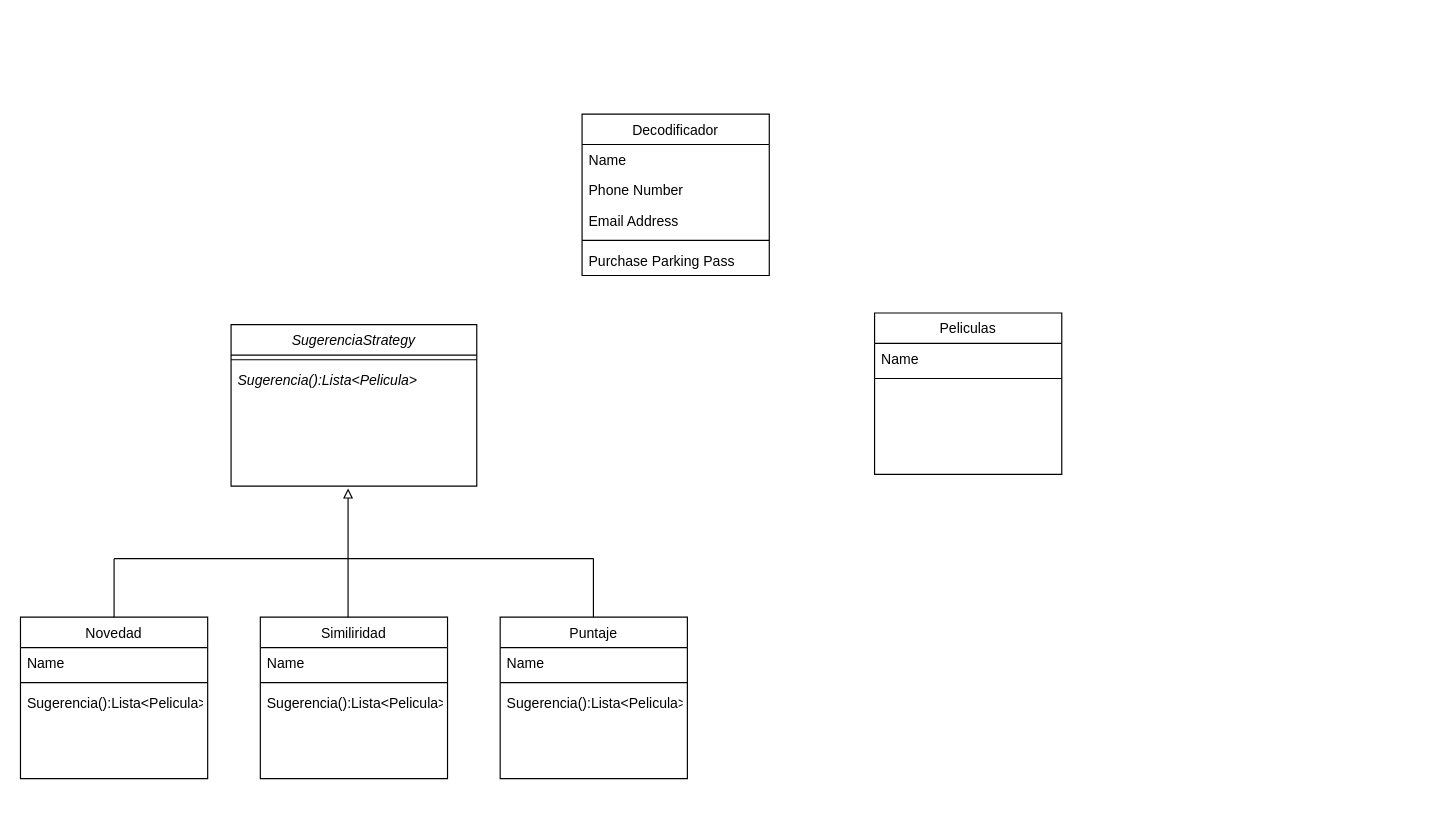
Earlier version of the draw.io diagram p3e4.drawio (santolp/oo2). Source tidied: cells renumbered, new cells numbered last; positions are measured from the earlier drawing's top-left corner, leaving out a move shared by most shapes. Both pictures are drawn from the tidied source at 117%, with x=0, y=0 at pixel (20, 113).
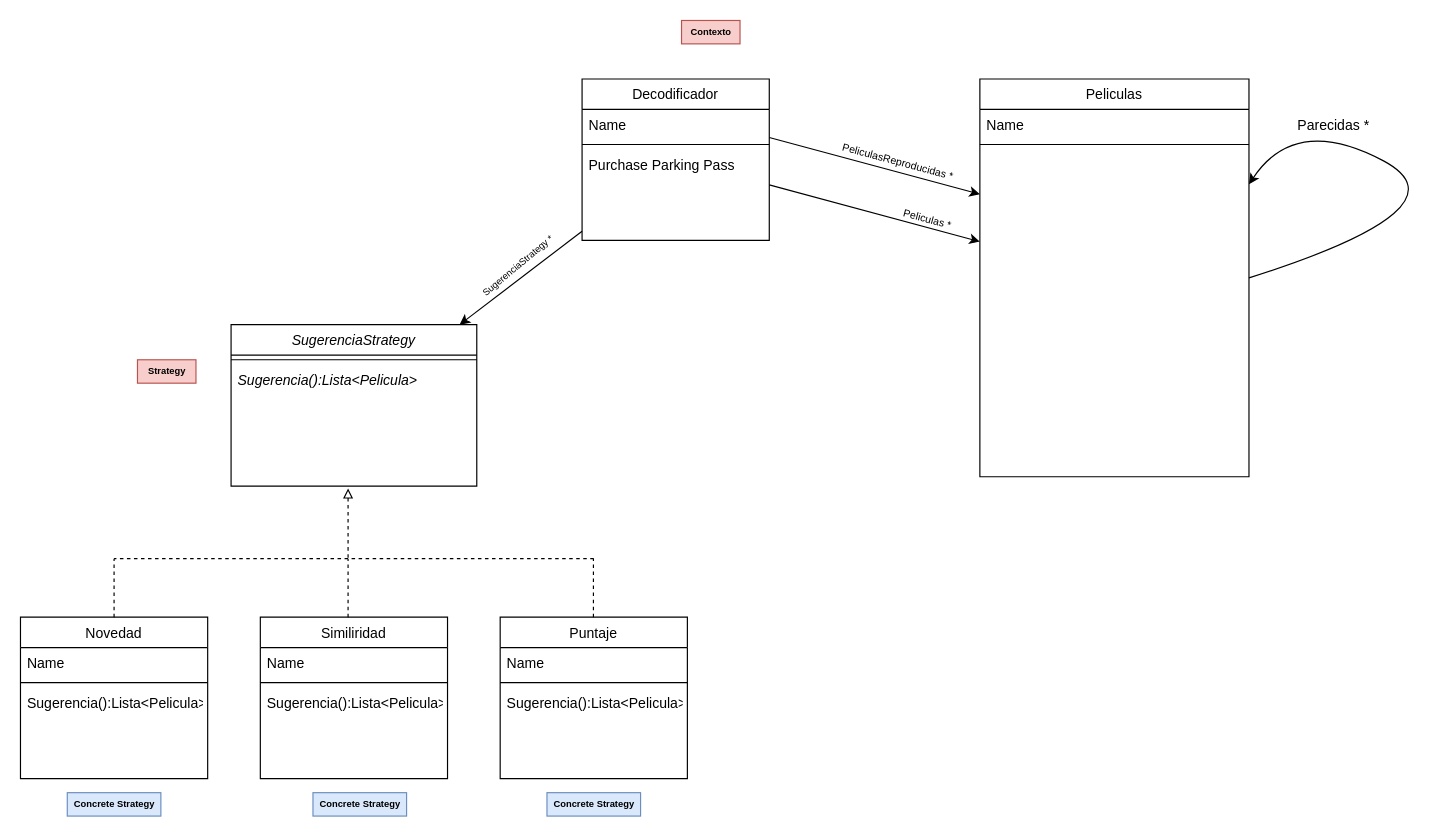
Above is the later version.

The change refers to these unchanged cells:
```xml
<mxCell id="11" value="SugerenciaStrategy" style="swimlane;fontStyle=2;align=center;verticalAlign=top;horizontal=1;startSize=26;rounded=0;shadow=0;strokeWidth=1;" parent="1" vertex="1">
  <mxGeometry x="180" y="180" width="210" height="138" as="geometry" />
</mxCell>
<mxCell id="14" value="Novedad" style="swimlane;fontStyle=0;align=center;verticalAlign=middle;horizontal=1;startSize=26;rounded=0;shadow=0;strokeWidth=1;" parent="1" vertex="1">
  <mxGeometry y="430" width="160" height="138" as="geometry" />
</mxCell>
```

The edit, as a diff of the source:
```diff
@@
     <mxCell id="2" value="Decodificador" style="swimlane;fontStyle=0;align=center;verticalAlign=top;horizontal=1;startSize=26;rounded=0;shadow=0;strokeWidth=1;" parent="1" vertex="1">
-      <mxGeometry x="480" width="160" height="138" as="geometry" />
+      <mxGeometry x="480" y="-30" width="160" height="138" as="geometry" />
     </mxCell>
@@
-    <mxCell id="4" value="Phone Number" style="text;align=left;verticalAlign=top;spacingLeft=4;spacingRight=4;overflow=hidden;rounded=0;shadow=0;html=0;" parent="2" vertex="1">
-      <mxGeometry y="52" width="160" height="26" as="geometry" />
-    </mxCell>
-    <mxCell id="5" value="Email Address" style="text;align=left;verticalAlign=top;spacingLeft=4;spacingRight=4;overflow=hidden;rounded=0;shadow=0;html=0;" parent="2" vertex="1">
-      <mxGeometry y="78" width="160" height="26" as="geometry" />
-    </mxCell>
     <mxCell id="6" style="line;html=1;strokeWidth=1;align=left;verticalAlign=middle;spacingTop=-1;spacingLeft=3;spacingRight=3;labelPosition=right;" parent="2" vertex="1">
-      <mxGeometry y="104" width="160" height="8" as="geometry" />
+      <mxGeometry y="52" width="160" height="8" as="geometry" />
     </mxCell>
     <mxCell id="7" value="Purchase Parking Pass" style="text;align=left;verticalAlign=top;spacingLeft=4;spacingRight=4;overflow=hidden;" parent="2" vertex="1">
-      <mxGeometry y="112" width="160" height="26" as="geometry" />
+      <mxGeometry y="60" width="160" height="26" as="geometry" />
     </mxCell>
     <mxCell id="8" value="Peliculas" style="swimlane;fontStyle=0;align=center;verticalAlign=top;horizontal=1;startSize=26;rounded=0;shadow=0;strokeWidth=1;" parent="1" vertex="1">
-      <mxGeometry x="730" y="170" width="160" height="138" as="geometry" />
+      <mxGeometry x="820" y="-30" width="230" height="340" as="geometry" />
     </mxCell>
     <mxCell id="9" value="Name" style="text;align=left;verticalAlign=top;spacingLeft=4;spacingRight=4;overflow=hidden;" parent="8" vertex="1">
-      <mxGeometry y="26" width="160" height="26" as="geometry" />
+      <mxGeometry y="26" width="230" height="26" as="geometry" />
     </mxCell>
     <mxCell id="10" style="line;html=1;strokeWidth=1;align=left;verticalAlign=middle;spacingTop=-1;spacingLeft=3;spacingRight=3;labelPosition=right;" parent="8" vertex="1">
-      <mxGeometry y="52" width="160" height="8" as="geometry" />
+      <mxGeometry y="52" width="230" height="8" as="geometry" />
     </mxCell>
@@
-    <mxCell id="26" style="endArrow=none;html=1;rounded=0;" parent="1" edge="1" source="14">
+    <mxCell id="26" style="endArrow=none;html=1;rounded=0;dashed=1;" parent="1" edge="1" source="14">
       <mxGeometry relative="1" as="geometry">
         <mxPoint x="80" y="380" as="targetPoint" />
       </mxGeometry>
     </mxCell>
-    <mxCell id="27" style="endArrow=none;html=1;rounded=0;" parent="1" edge="1">
+    <mxCell id="27" style="endArrow=none;html=1;rounded=0;dashed=1;" parent="1" edge="1">
       <mxGeometry relative="1" as="geometry">
         <mxPoint x="280" y="430" as="sourcePoint" />
         <mxPoint x="280" y="380" as="targetPoint" />
       </mxGeometry>
     </mxCell>
-    <mxCell id="28" style="endArrow=none;html=1;rounded=0;" parent="1" edge="1">
+    <mxCell id="28" style="endArrow=none;html=1;rounded=0;dashed=1;" parent="1" edge="1">
       <mxGeometry relative="1" as="geometry">
         <mxPoint x="489.7" y="430" as="sourcePoint" />
         <mxPoint x="489.7" y="380" as="targetPoint" />
       </mxGeometry>
     </mxCell>
-    <mxCell id="29" style="endArrow=none;html=1;rounded=0;" parent="1" edge="1">
+    <mxCell id="29" style="endArrow=none;html=1;rounded=0;dashed=1;" parent="1" edge="1">
       <mxGeometry relative="1" as="geometry">
         <mxPoint x="490" y="380" as="sourcePoint" />
         <mxPoint x="80" y="380" as="targetPoint" />
       </mxGeometry>
     </mxCell>
-    <mxCell id="30" style="endArrow=none;html=1;rounded=0;startArrow=block;startFill=0;" parent="1" edge="1">
+    <mxCell id="30" style="endArrow=none;html=1;rounded=0;startArrow=block;startFill=0;dashed=1;" parent="1" edge="1">
       <mxGeometry relative="1" as="geometry">
         <mxPoint x="280" y="320" as="sourcePoint" />
         <mxPoint x="280" y="380" as="targetPoint" />
       </mxGeometry>
     </mxCell>
+    <mxCell id="31" style="endArrow=none;html=1;rounded=0;startArrow=classic;startFill=1;" parent="1" edge="1" source="11" target="2">
+      <mxGeometry relative="1" as="geometry" />
+    </mxCell>
+    <mxCell id="32" style="endArrow=none;html=1;rounded=0;startArrow=classic;startFill=1;" parent="1" edge="1" source="8" target="2">
+      <mxGeometry relative="1" as="geometry" />
+    </mxCell>
+    <mxCell id="33" style="curved=1;endArrow=classic;html=1;rounded=0;exitX=1;exitY=0.5;exitDx=0;exitDy=0;" parent="1" edge="1" source="8">
+      <mxGeometry relative="1" as="geometry">
+        <mxPoint x="1050" y="60" as="targetPoint" />
+        <Array as="points">
+          <mxPoint x="1240" y="80" />
+          <mxPoint x="1090" />
+        </Array>
+      </mxGeometry>
+    </mxCell>
+    <mxCell id="34" value="Parecidas *" style="text;html=1;align=center;verticalAlign=middle;strokeColor=none;fillColor=none;" parent="1" vertex="1">
+      <mxGeometry x="1082" width="80" height="20" as="geometry" />
+    </mxCell>
+    <mxCell id="35" value="SugerenciaStrategy *" style="text;html=1;align=center;verticalAlign=middle;strokeColor=none;fillColor=none;rotation=-40;fontSize=8;" parent="1" vertex="1">
+      <mxGeometry x="380" y="120" width="90" height="20" as="geometry" />
+    </mxCell>
+    <mxCell id="36" style="endArrow=none;html=1;rounded=0;startArrow=classic;startFill=1;" parent="1" edge="1">
+      <mxGeometry relative="1" as="geometry">
+        <mxPoint x="820" y="68.5" as="sourcePoint" />
+        <mxPoint x="640" y="20" as="targetPoint" />
+      </mxGeometry>
+    </mxCell>
+    <mxCell id="37" value="&lt;font style=&quot;font-size: 9px;&quot;&gt;PeliculasReproducidas *&lt;/font&gt;" style="text;html=1;align=center;verticalAlign=middle;strokeColor=none;fillColor=none;rotation=15;" parent="1" vertex="1">
+      <mxGeometry x="695" y="30" width="110" height="20" as="geometry" />
+    </mxCell>
+    <mxCell id="38" value="Peliculas *" style="text;html=1;align=center;verticalAlign=middle;strokeColor=none;fillColor=none;fontSize=9;rotation=15;" parent="1" vertex="1">
+      <mxGeometry x="745" y="80" width="60" height="20" as="geometry" />
+    </mxCell>
+    <mxCell id="39" value="Contexto" style="text;html=1;align=center;verticalAlign=middle;strokeColor=#b85450;fillColor=#f8cecc;fontSize=8;fontStyle=1;" parent="1" vertex="1">
+      <mxGeometry x="565" y="-80" width="50" height="20" as="geometry" />
+    </mxCell>
+    <mxCell id="40" value="Strategy" style="text;html=1;align=center;verticalAlign=middle;strokeColor=#b85450;fillColor=#f8cecc;fontSize=8;fontStyle=1;" parent="1" vertex="1">
+      <mxGeometry x="100" y="210" width="50" height="20" as="geometry" />
+    </mxCell>
+    <mxCell id="41" value="Concrete Strategy" style="text;html=1;align=center;verticalAlign=middle;strokeColor=#6c8ebf;fillColor=#dae8fc;fontSize=8;fontStyle=1;" parent="1" vertex="1">
+      <mxGeometry x="450" y="580" width="80" height="20" as="geometry" />
+    </mxCell>
+    <mxCell id="42" value="Concrete Strategy" style="text;html=1;align=center;verticalAlign=middle;strokeColor=#6c8ebf;fillColor=#dae8fc;fontSize=8;fontStyle=1;" parent="1" vertex="1">
+      <mxGeometry x="250" y="580" width="80" height="20" as="geometry" />
+    </mxCell>
+    <mxCell id="43" value="Concrete Strategy" style="text;html=1;align=center;verticalAlign=middle;strokeColor=#6c8ebf;fillColor=#dae8fc;fontSize=8;fontStyle=1;" parent="1" vertex="1">
+      <mxGeometry x="40" y="580" width="80" height="20" as="geometry" />
+    </mxCell>
```
